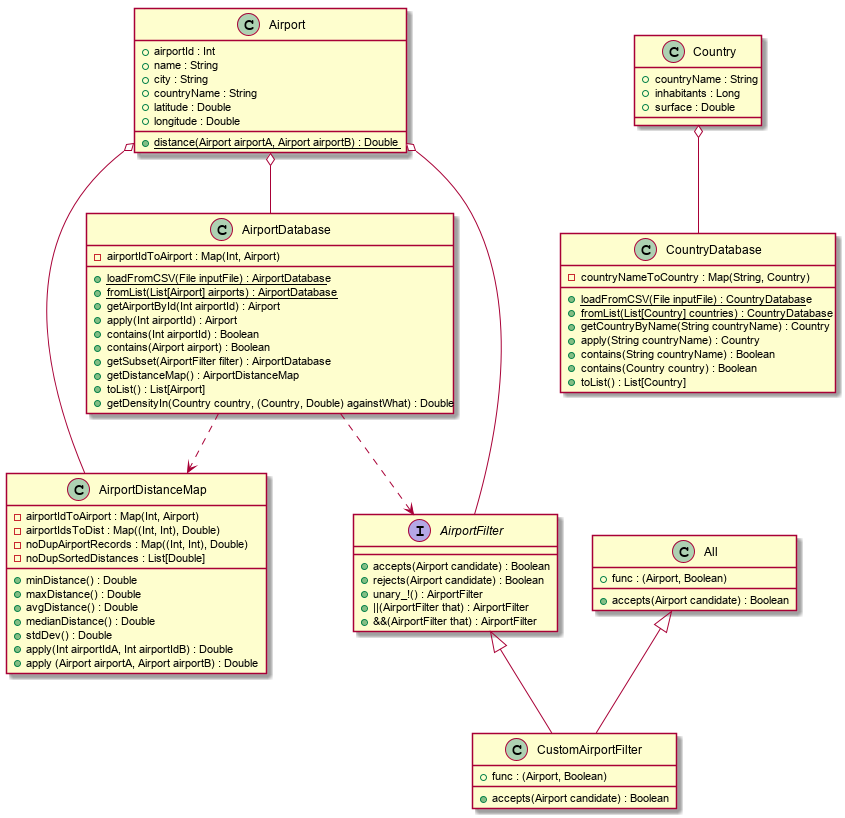
Before: resources/Diagramme_De_Classe.png, a diagram exported from PlantUML (pBouillon/OpenFlightStatistics). Its diagram source:
```plantuml
@startuml

class Airport {
	+ airportId : Int
	+ name : String
	+ city : String
	+ countryName : String
	+ latitude : Double
	+ longitude : Double
	+ {static} distance(Airport airportA, Airport airportB) : Double
}

class AirportDatabase {
	{field} - airportIdToAirport : Map(Int, Airport)
	+ {static} loadFromCSV(File inputFile) : AirportDatabase
	+ {static} fromList(List[Airport] airports) : AirportDatabase
	+ getAirportById(Int airportId) : Airport
	+ apply(Int airportId) : Airport
	+ contains(Int airportId) : Boolean
	+ contains(Airport airport) : Boolean
	+ getSubset(AirportFilter filter) : AirportDatabase
	+ getDistanceMap() : AirportDistanceMap
	+ toList() : List[Airport]
	+ getDensityIn(Country country, (Country, Double) againstWhat) : Double
}

class AirportDistanceMap {
	{field} - airportIdToAirport : Map(Int, Airport)
	{field} - airportIdsToDist : Map((Int, Int), Double)
	{field} - noDupAirportRecords : Map((Int, Int), Double)
	{field} - noDupSortedDistances : List[Double]
	+ minDistance() : Double
	+ maxDistance() : Double
	+ avgDistance() : Double
	+ medianDistance() : Double
	+ stdDev() : Double
	+ apply(Int airportIdA, Int airportIdB) : Double
	+ apply (Airport airportA, Airport airportB) : Double
}

class Country {
	+ countryName : String
	+ inhabitants : Long
	+ surface : Double
}

class CountryDatabase {
	{field} - countryNameToCountry : Map(String, Country)
	+ {static} loadFromCSV(File inputFile) : CountryDatabase
	+ {static} fromList(List[Country] countries) : CountryDatabase
	+ getCountryByName(String countryName) : Country
	+ apply(String countryName) : Country
	+ contains(String countryName) : Boolean
	+ contains(Country country) : Boolean
	+ toList() : List[Country]
}

interface AirportFilter {
	+ accepts(Airport candidate) : Boolean
	+ rejects(Airport candidate) : Boolean
	+ unary_!() : AirportFilter
	+ ||(AirportFilter that) : AirportFilter
	+ &&(AirportFilter that) : AirportFilter
}

class CustomAirportFilter {
	{field} + func : (Airport, Boolean)
	+ accepts(Airport candidate) : Boolean
}

class All {
	{field} + func : (Airport, Boolean)
	+ accepts(Airport candidate) : Boolean
}

AirportFilter <|-- CustomAirportFilter
All <|-- CustomAirportFilter

Airport o-- AirportDatabase
Airport o-- AirportDistanceMap
AirportDatabase ..> AirportDistanceMap
AirportDatabase ..> AirportFilter

Country o-- CountryDatabase
Airport o-- AirportFilter

@enduml
```
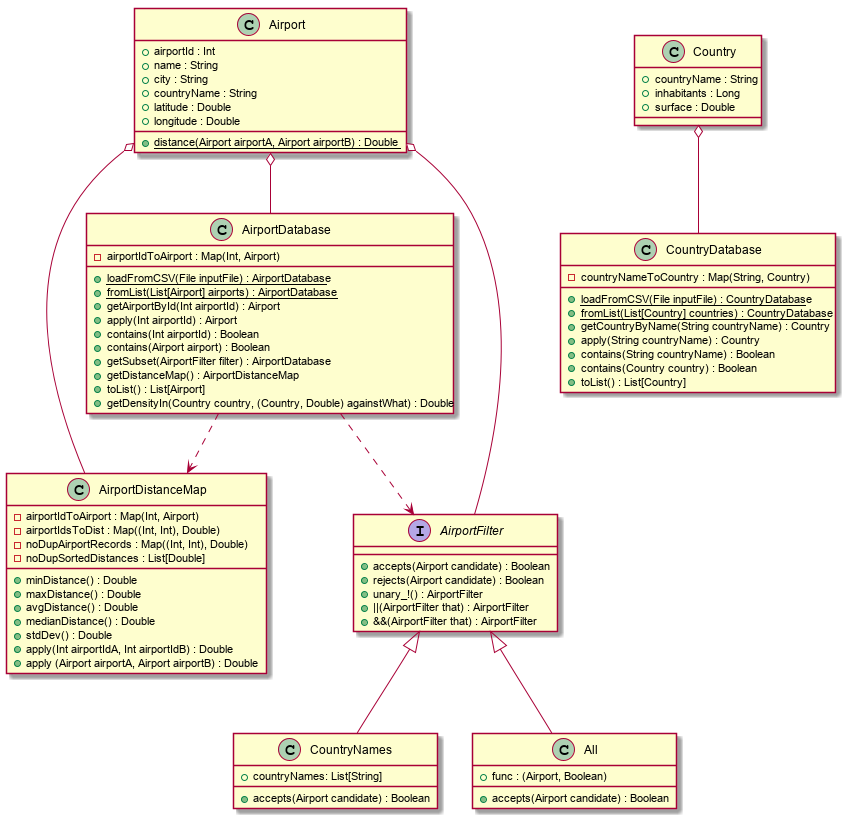
The same diagram one commit later.

Commit message:
Ajout de countryNames et fix liaison All

What changed in the source:
```diff
@@ -63,8 +63,8 @@
 	+ &&(AirportFilter that) : AirportFilter
 }
 
-class CustomAirportFilter {
-	{field} + func : (Airport, Boolean)
+class CountryNames{
+	{field} + countryNames: List[String]
 	+ accepts(Airport candidate) : Boolean
 }
 
@@ -73,8 +73,8 @@
 	+ accepts(Airport candidate) : Boolean
 }
 
-AirportFilter <|-- CustomAirportFilter
-All <|-- CustomAirportFilter
+AirportFilter <|-- All
+AirportFilter <|-- CountryNames
 
 Airport o-- AirportDatabase
 Airport o-- AirportDistanceMap
```
